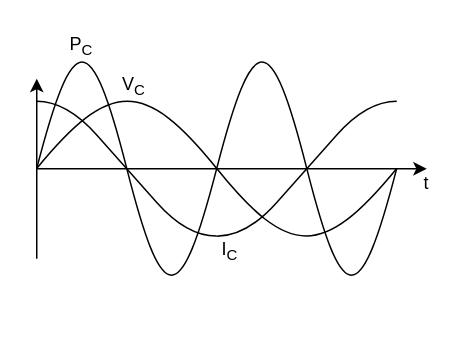
Before: 1A5/Cours/Des_9-6b.drawio in JoseForest-CLJ/Draw.io-files, a draw.io diagram. Source tidied: cells renumbered, new cells numbered last; positions are measured from the earlier drawing's top-left corner, leaving out a move shared by most shapes. Both pictures are drawn from the tidied source at 150%, with x=0, y=0 at pixel (36, 26).
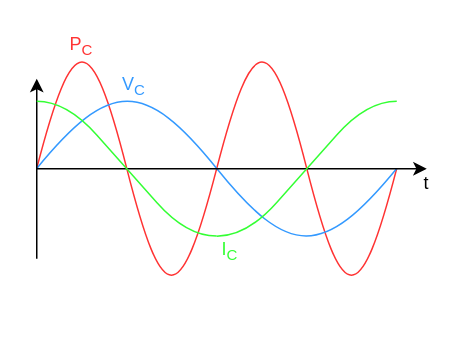
After the change.

Change to the diagram source:
```diff
@@
-    <mxCell id="2" value="&lt;div&gt;V&lt;sub&gt;C&lt;/sub&gt;&lt;/div&gt;" style="text;html=1;whiteSpace=wrap;strokeColor=none;fillColor=none;align=center;verticalAlign=middle;rounded=0;fontColor=light-dark(#000000,#3399FF);convertToSvg=1;" parent="1" vertex="1">
+    <mxCell id="2" value="&lt;div&gt;V&lt;sub&gt;C&lt;/sub&gt;&lt;/div&gt;" style="text;html=1;whiteSpace=wrap;strokeColor=none;fillColor=none;align=center;verticalAlign=middle;rounded=0;fontColor=light-dark(#3399FF,#3399FF);convertToSvg=1;" parent="1" vertex="1">
       <mxGeometry x="50" y="30" width="30" height="20" as="geometry" />
     </mxCell>
-    <mxCell id="3" value="&lt;div&gt;I&lt;sub&gt;C&lt;/sub&gt;&lt;/div&gt;" style="text;html=1;whiteSpace=wrap;strokeColor=none;fillColor=none;align=center;verticalAlign=middle;rounded=0;fontColor=light-dark(#000000,#33FF33);convertToSvg=1;" parent="1" vertex="1">
+    <mxCell id="3" value="&lt;div&gt;I&lt;sub&gt;C&lt;/sub&gt;&lt;/div&gt;" style="text;html=1;whiteSpace=wrap;strokeColor=none;fillColor=none;align=center;verticalAlign=middle;rounded=0;fontColor=light-dark(#33FF33,#33FF33);convertToSvg=1;" parent="1" vertex="1">
       <mxGeometry x="114" y="140" width="30" height="20" as="geometry" />
     </mxCell>
-    <mxCell id="4" value="&lt;div&gt;P&lt;sub&gt;C&lt;/sub&gt;&lt;/div&gt;" style="text;html=1;whiteSpace=wrap;strokeColor=none;fillColor=none;align=center;verticalAlign=middle;rounded=0;fontColor=light-dark(#000000,#FF3333);convertToSvg=1;" parent="1" vertex="1">
+    <mxCell id="4" value="&lt;div&gt;P&lt;sub&gt;C&lt;/sub&gt;&lt;/div&gt;" style="text;html=1;whiteSpace=wrap;strokeColor=none;fillColor=none;align=center;verticalAlign=middle;rounded=0;fontColor=light-dark(#FF3333,#FF3333);convertToSvg=1;" parent="1" vertex="1">
       <mxGeometry x="15" y="3" width="30" height="20" as="geometry" />
     </mxCell>
-    <mxCell id="5" style="verticalLabelPosition=bottom;shadow=0;dashed=0;align=center;html=1;verticalAlign=top;shape=mxgraph.electrical.waveforms.sine_wave;strokeColor=light-dark(#000000,#FF3333);" parent="1" vertex="1">
+    <mxCell id="5" style="verticalLabelPosition=bottom;shadow=0;dashed=0;align=center;html=1;verticalAlign=top;shape=mxgraph.electrical.waveforms.sine_wave;strokeColor=light-dark(#FF3333,#FF3333);" parent="1" vertex="1">
       <mxGeometry width="120" height="190" as="geometry" />
     </mxCell>
-    <mxCell id="6" style="verticalLabelPosition=bottom;shadow=0;dashed=0;align=center;html=1;verticalAlign=top;shape=mxgraph.electrical.waveforms.sine_wave;strokeColor=light-dark(#000000,#FF3333);" parent="1" vertex="1">
+    <mxCell id="6" style="verticalLabelPosition=bottom;shadow=0;dashed=0;align=center;html=1;verticalAlign=top;shape=mxgraph.electrical.waveforms.sine_wave;strokeColor=light-dark(#FF3333,#FF3333);" parent="1" vertex="1">
       <mxGeometry x="120" width="120" height="190" as="geometry" />
     </mxCell>
-    <mxCell id="7" style="verticalLabelPosition=bottom;shadow=0;dashed=0;align=center;html=1;verticalAlign=top;shape=mxgraph.electrical.waveforms.sine_wave;strokeColor=light-dark(#000000,#3399FF);" parent="1" vertex="1">
+    <mxCell id="7" style="verticalLabelPosition=bottom;shadow=0;dashed=0;align=center;html=1;verticalAlign=top;shape=mxgraph.electrical.waveforms.sine_wave;strokeColor=light-dark(#3399FF,#3399FF);" parent="1" vertex="1">
       <mxGeometry y="35" width="240" height="120" as="geometry" />
     </mxCell>
@@
-    <mxCell id="11" style="curved=1;endArrow=none;html=1;rounded=0;exitX=0.25;exitY=0.125;exitDx=0;exitDy=0;exitPerimeter=0;entryX=0.75;entryY=0.874;entryDx=0;entryDy=0;entryPerimeter=0;endFill=0;strokeColor=light-dark(#000000,#33FF33);" parent="1" edge="1">
+    <mxCell id="11" style="curved=1;endArrow=none;html=1;rounded=0;exitX=0.25;exitY=0.125;exitDx=0;exitDy=0;exitPerimeter=0;entryX=0.75;entryY=0.874;entryDx=0;entryDy=0;entryPerimeter=0;endFill=0;strokeColor=light-dark(#33FF33,#33FF33);" parent="1" edge="1">
       <mxGeometry relative="1" as="geometry">
         <mxPoint y="50" as="sourcePoint" />
         <mxPoint x="120" y="139.9" as="targetPoint" />
         <Array as="points">
           <mxPoint x="20" y="50" />
           <mxPoint x="60" y="95" />
           <mxPoint x="100" y="140" />
         </Array>
       </mxGeometry>
     </mxCell>
-    <mxCell id="12" style="curved=1;endArrow=none;html=1;rounded=0;exitX=0.25;exitY=0.125;exitDx=0;exitDy=0;exitPerimeter=0;entryX=0.75;entryY=0.874;entryDx=0;entryDy=0;entryPerimeter=0;endFill=0;strokeColor=light-dark(#000000,#33FF33);" parent="1" edge="1">
+    <mxCell id="12" style="curved=1;endArrow=none;html=1;rounded=0;exitX=0.25;exitY=0.125;exitDx=0;exitDy=0;exitPerimeter=0;entryX=0.75;entryY=0.874;entryDx=0;entryDy=0;entryPerimeter=0;endFill=0;strokeColor=light-dark(#33FF33,#33FF33);" parent="1" edge="1">
       <mxGeometry relative="1" as="geometry">
         <mxPoint x="240" y="50" as="sourcePoint" />
         <mxPoint x="120" y="140" as="targetPoint" />
         <Array as="points">
           <mxPoint x="220" y="50" />
           <mxPoint x="180" y="95" />
           <mxPoint x="140" y="140" />
         </Array>
       </mxGeometry>
     </mxCell>
```
